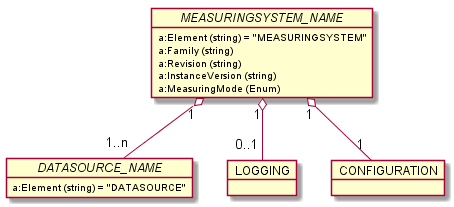
Before: images/generated/rcmdx_measuringsystem_group.png, a diagram exported from PlantUML (OpenRailAssociation/rcm-dx).
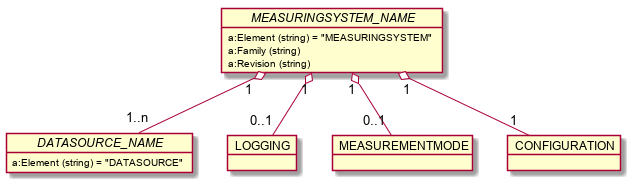
The same diagram one commit later.

Diff of the diagram source:
```diff
@@ -3,8 +3,6 @@
     a:Element (string) = "MEASURINGSYSTEM"
     a:Family (string)
     a:Revision (string)
-    a:InstanceVersion (string)
-    a:MeasuringMode (Enum)
   }
 
   object "//DATASOURCE_NAME//" as DATASOURCE {
@@ -15,6 +13,9 @@
   object LOGGING
   MEASURINGSYSTEM "1" o-- "0..1" LOGGING
 
+  object MEASUREMENTMODE
+  MEASURINGSYSTEM "1" o-- "0..1" MEASUREMENTMODE
+
   object "CONFIGURATION" as ms_config
   MEASURINGSYSTEM "1" o-- "1" ms_config
 @enduml
```
